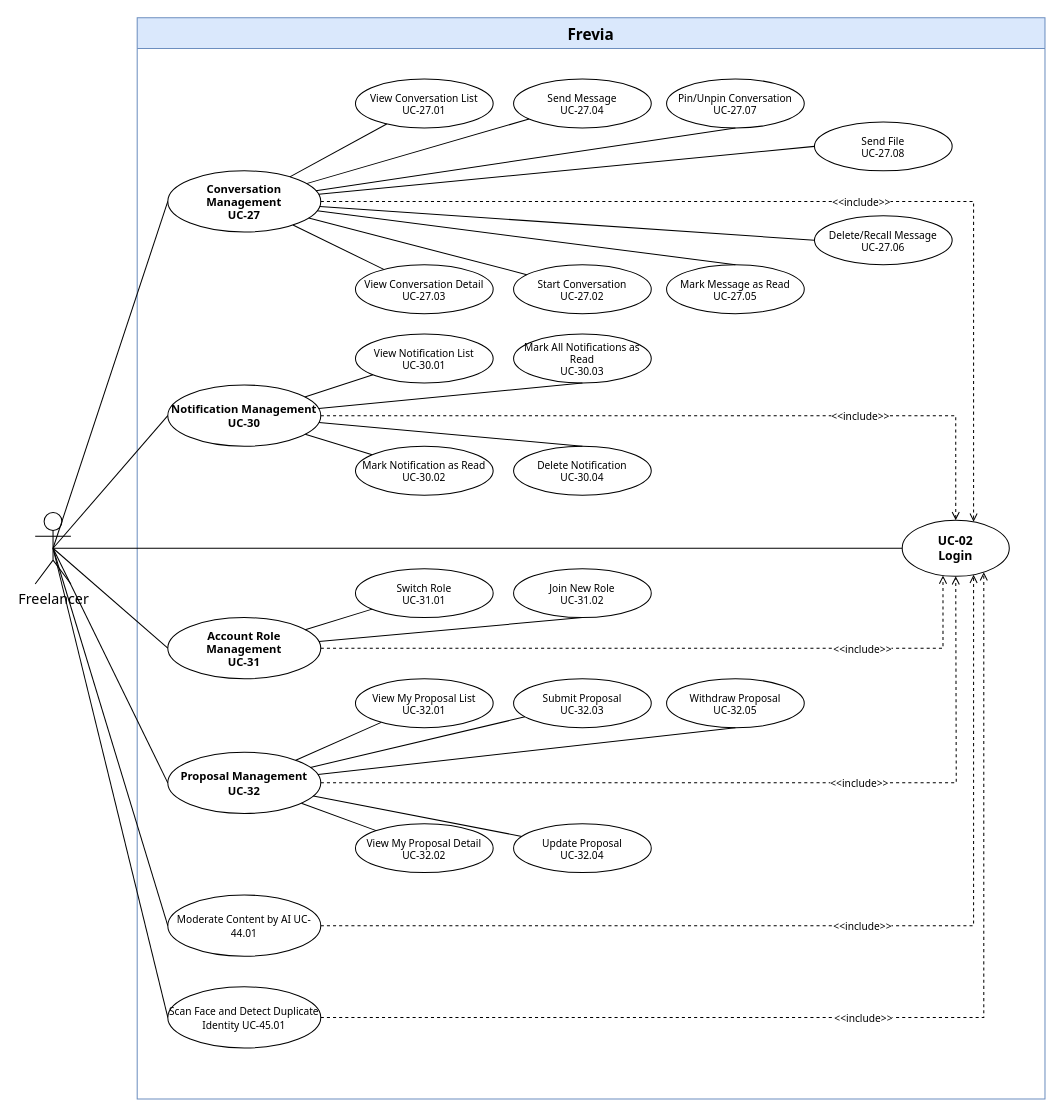
Thunggg/Frevia keeps this draw.io diagram as page "Freelancer 6/7" (6 of 7) of uc-diagrams/Freelancer.drawio. Above is the earlier version. Source tidied: cells renumbered, new cells numbered last; positions are measured from the earlier drawing's top-left corner, leaving out a move shared by most shapes. Both pictures are drawn from the tidied source at 102%, with x=0, y=0 at pixel (35, 17).
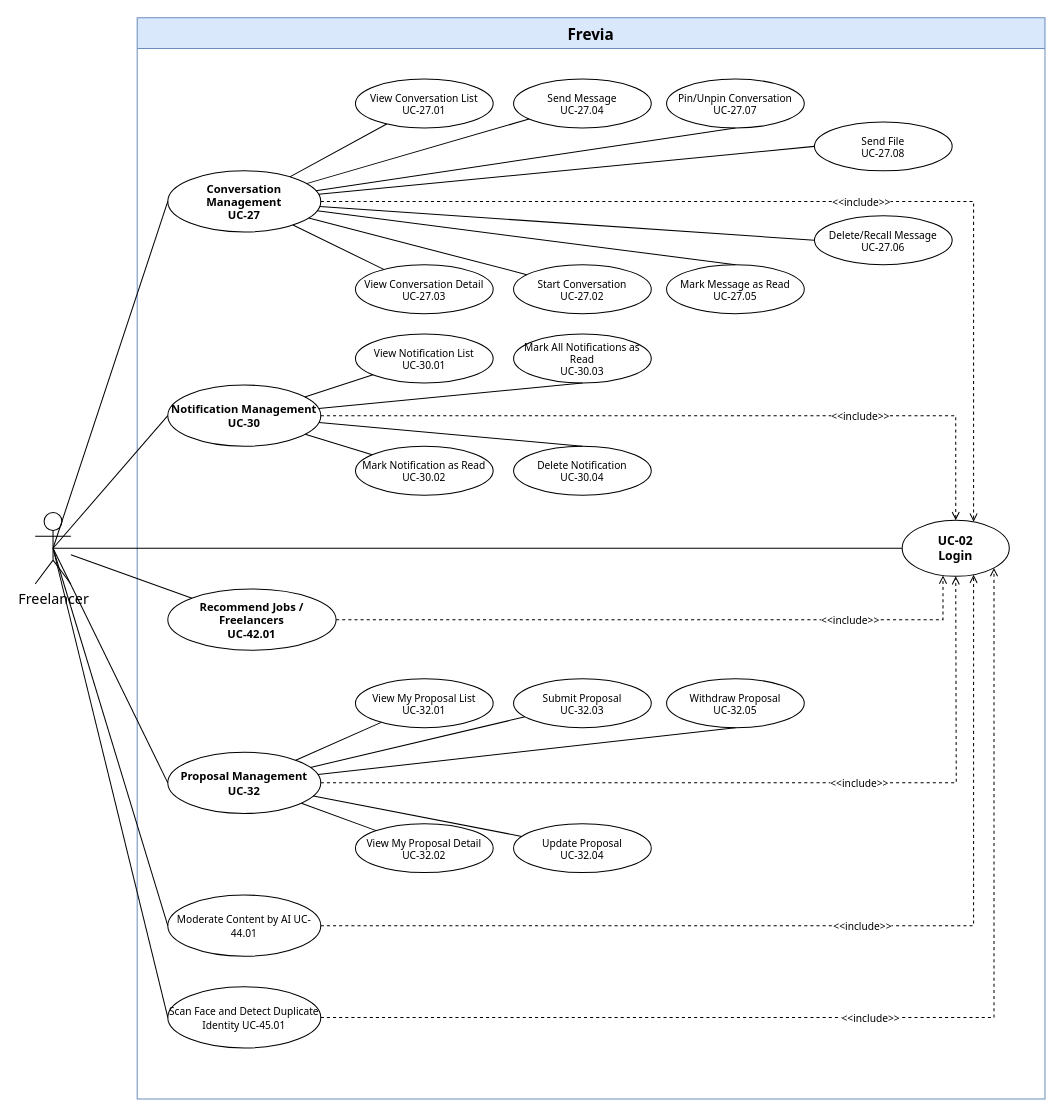
After the change.

Unchanged cells that the change refers to:
```xml
<mxCell id="2" value="Frevia" style="swimlane;whiteSpace=wrap;html=1;startSize=30;fontSize=15;fontFamily=Tahoma;fontStyle=1;fillColor=#dae8fc;strokeColor=#6c8ebf;" parent="1" vertex="1">
  <mxGeometry x="100" width="890" height="1060" as="geometry" />
</mxCell>
<mxCell id="3" value="UC-02&#10;Login" style="ellipse;whiteSpace=wrap;html=1;fontSize=12;fontFamily=Tahoma;fontStyle=1;fillColor=#ffffff;strokeColor=#000000;" parent="2" vertex="1">
  <mxGeometry x="750" y="492.5" width="105" height="55" as="geometry" />
</mxCell>
<mxCell id="47" value="&lt;span style=&quot;font-size: 10px; font-weight: 400;&quot;&gt;Scan Face and Detect Duplicate Identity UC-45.01&lt;/span&gt;" style="ellipse;whiteSpace=wrap;html=1;fontSize=11;fontFamily=Tahoma;fontStyle=1;fillColor=#ffffff;strokeColor=#000000;" parent="2" vertex="1">
  <mxGeometry x="30" y="950" width="150" height="60" as="geometry" />
</mxCell>
<mxCell id="50" value="Freelancer" style="shape=umlActor;verticalLabelPosition=bottom;verticalAlign=top;html=1;outlineConnect=0;fontSize=14;fontFamily=Tahoma;" parent="1" vertex="1">
  <mxGeometry y="485" width="35" height="70" as="geometry" />
</mxCell>
```

The edit, as a diff of the source:
```diff
@@
-    <mxCell id="30" value="Account Role Management&#10;UC-31" style="ellipse;whiteSpace=wrap;html=1;fontSize=11;fontFamily=Tahoma;fontStyle=1;fillColor=#ffffff;strokeColor=#000000;" parent="2" vertex="1">
-      <mxGeometry x="30" y="588" width="150" height="60" as="geometry" />
-    </mxCell>
-    <mxCell id="31" value="Switch Role&#10;UC-31.01" style="ellipse;whiteSpace=wrap;html=1;fontSize=10;fontFamily=Tahoma;fillColor=#ffffff;strokeColor=#000000;" parent="2" vertex="1">
-      <mxGeometry x="214" y="540" width="135" height="48" as="geometry" />
-    </mxCell>
-    <mxCell id="32" value="Join New Role&#10;UC-31.02" style="ellipse;whiteSpace=wrap;html=1;fontSize=10;fontFamily=Tahoma;fillColor=#ffffff;strokeColor=#000000;" parent="2" vertex="1">
-      <mxGeometry x="369" y="540" width="135" height="48" as="geometry" />
-    </mxCell>
-    <mxCell id="33" style="endArrow=none;html=1;rounded=0;fontFamily=Tahoma;fontSize=13;" parent="2" edge="1" source="30" target="31">
-      <mxGeometry relative="1" as="geometry" />
-    </mxCell>
-    <mxCell id="34" style="endArrow=none;html=1;rounded=0;fontFamily=Tahoma;fontSize=13;entryX=0.5;entryY=1;entryDx=0;entryDy=0;" parent="2" edge="1" source="30" target="32">
-      <mxGeometry relative="1" as="geometry" />
-    </mxCell>
@@
     <mxCell id="49" value="&amp;lt;&amp;lt;include&amp;gt;&amp;gt;" style="edgeStyle=orthogonalEdgeStyle;rounded=0;endArrow=open;dashed=1;html=1;strokeColor=#000000;fontSize=10;fontFamily=Tahoma;labelBackgroundColor=#ffffff;align=center;verticalAlign=middle;" parent="2" edge="1" source="47" target="3">
       <mxGeometry x="-0.02" relative="1" as="geometry">
         <Array as="points">
-          <mxPoint x="830" y="980" />
+          <mxPoint x="840" y="980" />
         </Array>
       </mxGeometry>
     </mxCell>
+    <mxCell id="62" value="Recommend Jobs / Freelancers&#10;UC-42.01" style="ellipse;whiteSpace=wrap;html=1;fontSize=11;fontFamily=Tahoma;fontStyle=1;fillColor=#ffffff;strokeColor=#000000;" parent="2" vertex="1">
+      <mxGeometry x="30" y="560" width="165" height="60" as="geometry" />
+    </mxCell>
@@
-    <mxCell id="54" style="endArrow=none;html=1;rounded=0;fontFamily=Tahoma;fontSize=13;entryX=0;entryY=0.5;entryDx=0;entryDy=0;exitX=0.5;exitY=0.5;exitDx=0;exitDy=0;exitPerimeter=0;" parent="1" edge="1" source="50" target="30">
-      <mxGeometry relative="1" as="geometry" />
-    </mxCell>
@@
-    <mxCell id="58" value="&amp;lt;&amp;lt;include&amp;gt;&amp;gt;" style="edgeStyle=orthogonalEdgeStyle;rounded=0;endArrow=open;dashed=1;html=1;strokeColor=#000000;fontSize=10;fontFamily=Tahoma;labelBackgroundColor=#ffffff;align=center;verticalAlign=middle;" parent="1" edge="1" source="30" target="3">
-      <mxGeometry x="0.56" relative="1" as="geometry">
-        <Array as="points">
-          <mxPoint x="890" y="618" />
-        </Array>
-      </mxGeometry>
-    </mxCell>
@@
+    <mxCell id="63" style="endArrow=none;html=1;rounded=0;fontFamily=Tahoma;fontSize=13;" parent="1" edge="1" source="50" target="62">
+      <mxGeometry relative="1" as="geometry" />
+    </mxCell>
+    <mxCell id="58" value="&amp;lt;&amp;lt;include&amp;gt;&amp;gt;" style="edgeStyle=orthogonalEdgeStyle;rounded=0;endArrow=open;dashed=1;html=1;strokeColor=#000000;fontSize=10;fontFamily=Tahoma;labelBackgroundColor=#ffffff;align=center;verticalAlign=middle;" parent="1" edge="1" source="62" target="3">
+      <mxGeometry x="0.58" relative="1" as="geometry">
+        <Array as="points">
+          <mxPoint x="890" y="590" />
+        </Array>
+      </mxGeometry>
+    </mxCell>
```
